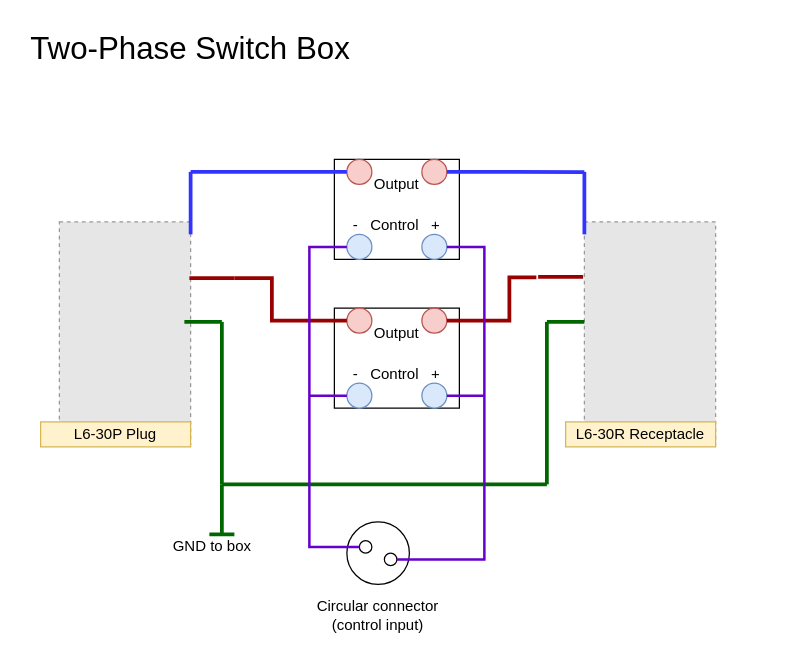
eshazen/ATCAPowerSwitch keeps this draw.io diagram as two_phase.drawio. Above is the earlier version. Source tidied: cells renumbered, new cells numbered last; positions are measured from the earlier drawing's top-left corner, leaving out a move shared by most shapes. Both pictures are drawn from the tidied source at 125%, with x=0, y=0 at pixel (21, 21). Pictures stored in the file or linked from it are replaced by grey dashed boxes.
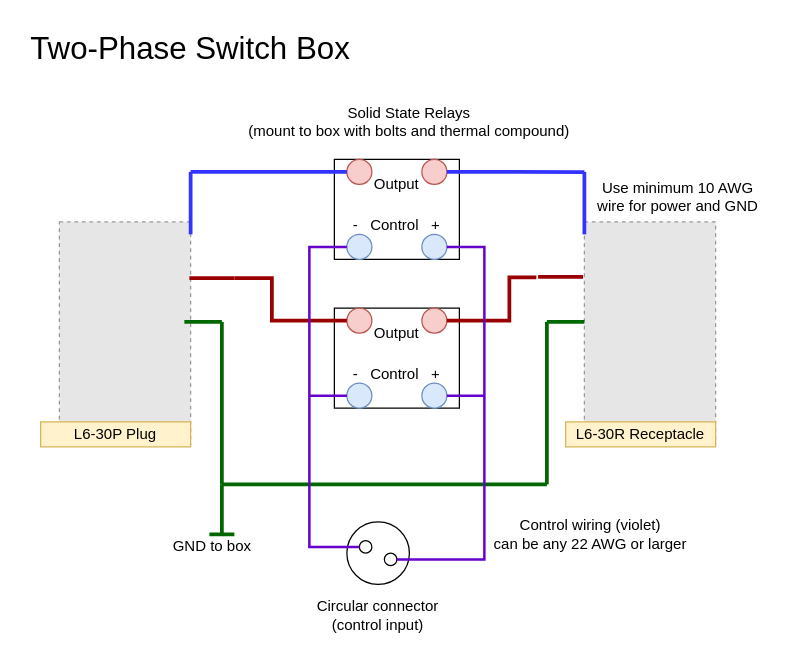
The same page after the edit.

Diff of the diagram source:
```diff
@@
+    <mxCell id="47" value="Solid State Relays&lt;br&gt;(mount to box with bolts and thermal compound)" style="text;html=1;strokeColor=none;fillColor=none;align=center;verticalAlign=middle;whiteSpace=wrap;rounded=0;" parent="1" vertex="1">
+      <mxGeometry x="150" y="70" width="320" height="20" as="geometry" />
+    </mxCell>
+    <mxCell id="48" value="Use minimum 10 AWG&lt;br&gt;wire for power and GND" style="text;html=1;strokeColor=none;fillColor=none;align=center;verticalAlign=middle;whiteSpace=wrap;rounded=0;" parent="1" vertex="1">
+      <mxGeometry x="450" y="120" width="149.5" height="40" as="geometry" />
+    </mxCell>
+    <mxCell id="49" value="Control wiring (violet)&lt;br&gt;can be any 22 AWG or larger" style="text;html=1;strokeColor=none;fillColor=none;align=center;verticalAlign=middle;whiteSpace=wrap;rounded=0;" parent="1" vertex="1">
+      <mxGeometry x="350" y="390" width="210" height="40" as="geometry" />
+    </mxCell>
```
